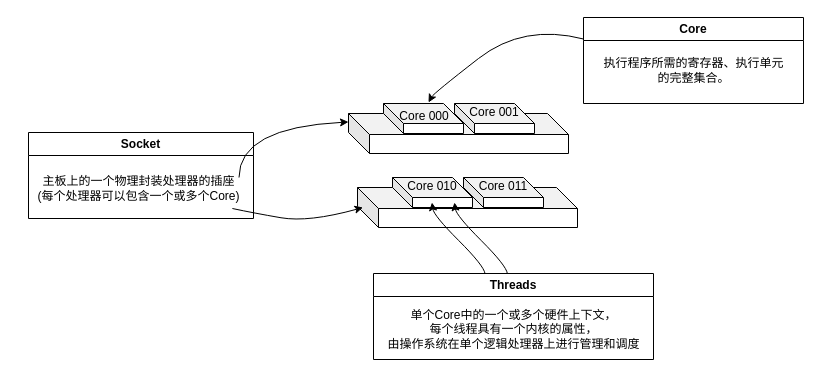
The draw.io diagram socket、numa和thread.drawio in Netech-DevNote/itquestions_pictures, before the edit. Source tidied: cells renumbered, new cells numbered last; positions are measured from the earlier drawing's top-left corner, leaving out a move shared by most shapes. Both pictures are drawn from the tidied source at 100%, with x=0, y=0 at pixel (23, 17).
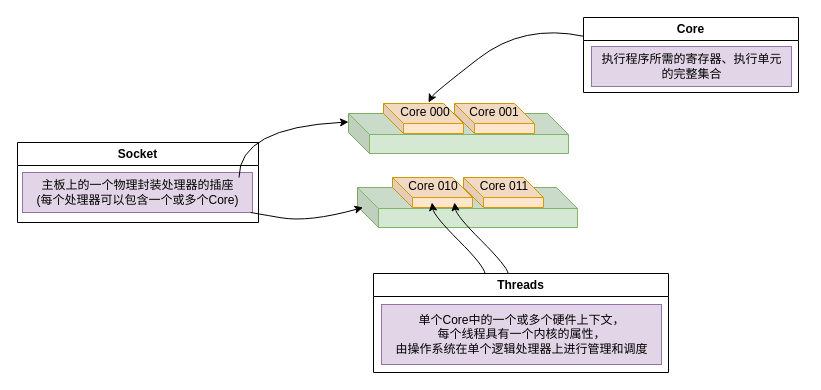
The same page after the edit.

What changed in the source:
```diff
@@
-    <mxCell id="2" style="shape=cube;whiteSpace=wrap;html=1;boundedLbl=1;backgroundOutline=1;darkOpacity=0.05;darkOpacity2=0.1;size=21;strokeOpacity=100;" parent="1" vertex="1">
+    <mxCell id="2" style="shape=cube;whiteSpace=wrap;html=1;boundedLbl=1;backgroundOutline=1;darkOpacity=0.05;darkOpacity2=0.1;size=21;strokeOpacity=100;fillColor=#d5e8d4;strokeColor=#82b366;" parent="1" vertex="1">
       <mxGeometry x="325" y="96" width="220" height="40" as="geometry" />
     </mxCell>
-    <mxCell id="3" style="shape=cube;whiteSpace=wrap;html=1;boundedLbl=1;backgroundOutline=1;darkOpacity=0.05;darkOpacity2=0.1;" parent="1" vertex="1">
+    <mxCell id="3" style="shape=cube;whiteSpace=wrap;html=1;boundedLbl=1;backgroundOutline=1;darkOpacity=0.05;darkOpacity2=0.1;fillColor=#ffe6cc;strokeColor=#d79b00;" parent="1" vertex="1">
       <mxGeometry x="360" y="86" width="80" height="30" as="geometry" />
     </mxCell>
-    <mxCell id="4" style="shape=cube;whiteSpace=wrap;html=1;boundedLbl=1;backgroundOutline=1;darkOpacity=0.05;darkOpacity2=0.1;" parent="1" vertex="1">
+    <mxCell id="4" style="shape=cube;whiteSpace=wrap;html=1;boundedLbl=1;backgroundOutline=1;darkOpacity=0.05;darkOpacity2=0.1;fillColor=#ffe6cc;strokeColor=#d79b00;" parent="1" vertex="1">
       <mxGeometry x="431" y="86" width="80" height="30" as="geometry" />
     </mxCell>
     <mxCell id="5" value="Core 000" style="text;html=1;strokeColor=none;fillColor=none;align=center;verticalAlign=middle;whiteSpace=wrap;rounded=0;" parent="1" vertex="1">
-      <mxGeometry x="371" y="82" width="60" height="33" as="geometry" />
+      <mxGeometry x="372" y="78" width="60" height="33" as="geometry" />
     </mxCell>
-    <mxCell id="6" value="Core 001" style="text;html=1;strokeColor=none;fillColor=none;align=center;verticalAlign=middle;whiteSpace=wrap;rounded=0;" parent="1" vertex="1">
-      <mxGeometry x="421" y="74" width="100" height="42" as="geometry" />
-    </mxCell>
-    <mxCell id="7" style="shape=cube;whiteSpace=wrap;html=1;boundedLbl=1;backgroundOutline=1;darkOpacity=0.05;darkOpacity2=0.1;size=21;strokeOpacity=100;" parent="1" vertex="1">
+    <mxCell id="7" style="shape=cube;whiteSpace=wrap;html=1;boundedLbl=1;backgroundOutline=1;darkOpacity=0.05;darkOpacity2=0.1;size=21;strokeOpacity=100;fillColor=#d5e8d4;strokeColor=#82b366;" parent="1" vertex="1">
       <mxGeometry x="334" y="170" width="220" height="40" as="geometry" />
     </mxCell>
-    <mxCell id="8" style="shape=cube;whiteSpace=wrap;html=1;boundedLbl=1;backgroundOutline=1;darkOpacity=0.05;darkOpacity2=0.1;" parent="1" vertex="1">
+    <mxCell id="8" style="shape=cube;whiteSpace=wrap;html=1;boundedLbl=1;backgroundOutline=1;darkOpacity=0.05;darkOpacity2=0.1;fillColor=#ffe6cc;strokeColor=#d79b00;" parent="1" vertex="1">
       <mxGeometry x="369" y="160" width="80" height="30" as="geometry" />
     </mxCell>
-    <mxCell id="9" style="shape=cube;whiteSpace=wrap;html=1;boundedLbl=1;backgroundOutline=1;darkOpacity=0.05;darkOpacity2=0.1;" parent="1" vertex="1">
+    <mxCell id="9" style="shape=cube;whiteSpace=wrap;html=1;boundedLbl=1;backgroundOutline=1;darkOpacity=0.05;darkOpacity2=0.1;fillColor=#ffe6cc;strokeColor=#d79b00;" parent="1" vertex="1">
       <mxGeometry x="440" y="160" width="80" height="30" as="geometry" />
     </mxCell>
-    <mxCell id="10" value="Core 010" style="text;html=1;strokeColor=none;fillColor=none;align=center;verticalAlign=middle;whiteSpace=wrap;rounded=0;" parent="1" vertex="1">
-      <mxGeometry x="379" y="136" width="60" height="66" as="geometry" />
-    </mxCell>
     <mxCell id="11" value="Core 011" style="text;html=1;strokeColor=none;fillColor=none;align=center;verticalAlign=middle;whiteSpace=wrap;rounded=0;" parent="1" vertex="1">
-      <mxGeometry x="430" y="148" width="100" height="42" as="geometry" />
+      <mxGeometry x="431" y="148" width="100" height="42" as="geometry" />
     </mxCell>
     <mxCell id="12" value="Socket" style="swimlane;whiteSpace=wrap;html=1;" parent="1" vertex="1">
-      <mxGeometry x="5" y="115" width="225" height="86" as="geometry" />
+      <mxGeometry x="-6" y="125" width="241" height="80" as="geometry" />
     </mxCell>
-    <mxCell id="13" value="主板上的一个物理封装处理器的插座&lt;br&gt;(每个处理器可以包含一个或多个Core)" style="text;html=1;align=center;verticalAlign=middle;points=[];strokeColor=none;fillColor=none;" parent="12" vertex="1">
-      <mxGeometry x="-5" y="36" width="230" height="40" as="geometry" />
+    <mxCell id="13" value="主板上的一个物理封装处理器的插座&lt;br&gt;(每个处理器可以包含一个或多个Core)" style="text;html=1;align=center;verticalAlign=middle;points=[];strokeColor=#9673a6;fillColor=#e1d5e7;" parent="12" vertex="1">
+      <mxGeometry x="5" y="30" width="230" height="40" as="geometry" />
     </mxCell>
     <mxCell id="14" value="Core" style="swimlane;whiteSpace=wrap;html=1;" parent="1" vertex="1">
-      <mxGeometry x="560" width="220" height="86" as="geometry" />
+      <mxGeometry x="560" width="215" height="75" as="geometry" />
     </mxCell>
-    <mxCell id="15" value="执行程序所需的寄存器、执行单元&lt;br&gt;的完整集合。" style="text;html=1;align=center;verticalAlign=middle;strokeColor=none;fillColor=none;" parent="14" vertex="1">
-      <mxGeometry x="10" y="33" width="200" height="40" as="geometry" />
+    <mxCell id="15" value="执行程序所需的寄存器、执行单元&lt;br&gt;的完整集合" style="text;html=1;align=center;verticalAlign=middle;strokeColor=#9673a6;fillColor=#e1d5e7;" parent="14" vertex="1">
+      <mxGeometry x="8" y="29" width="200" height="40" as="geometry" />
     </mxCell>
     <mxCell id="16" value="Threads" style="swimlane;whiteSpace=wrap;html=1;" parent="1" vertex="1">
-      <mxGeometry x="350" y="256" width="280" height="86" as="geometry" />
+      <mxGeometry x="350" y="256" width="295" height="99" as="geometry" />
     </mxCell>
-    <mxCell id="17" value="单个Core中的一个或多个硬件上下文，&lt;br&gt;每个线程具有一个内核的属性，&lt;br&gt;由操作系统在单个逻辑处理器上进行管理和调度" style="text;html=1;align=center;verticalAlign=middle;strokeColor=none;fillColor=none;" parent="16" vertex="1">
-      <mxGeometry y="26" width="280" height="60" as="geometry" />
+    <mxCell id="17" value="单个Core中的一个或多个硬件上下文，&lt;br&gt;每个线程具有一个内核的属性，&lt;br&gt;由操作系统在单个逻辑处理器上进行管理和调度" style="text;html=1;align=center;verticalAlign=middle;strokeColor=#9673a6;fillColor=#e1d5e7;" parent="16" vertex="1">
+      <mxGeometry x="8" y="31" width="280" height="60" as="geometry" />
     </mxCell>
@@
+    <mxCell id="6" value="Core 001" style="text;html=1;strokeColor=none;fillColor=none;align=center;verticalAlign=middle;whiteSpace=wrap;rounded=0;" parent="1" vertex="1">
+      <mxGeometry x="441" y="78" width="60" height="33" as="geometry" />
+    </mxCell>
+    <mxCell id="10" value="Core 010" style="text;html=1;strokeColor=none;fillColor=none;align=center;verticalAlign=middle;whiteSpace=wrap;rounded=0;" parent="1" vertex="1">
+      <mxGeometry x="360" y="148" width="100" height="42" as="geometry" />
+    </mxCell>
```
